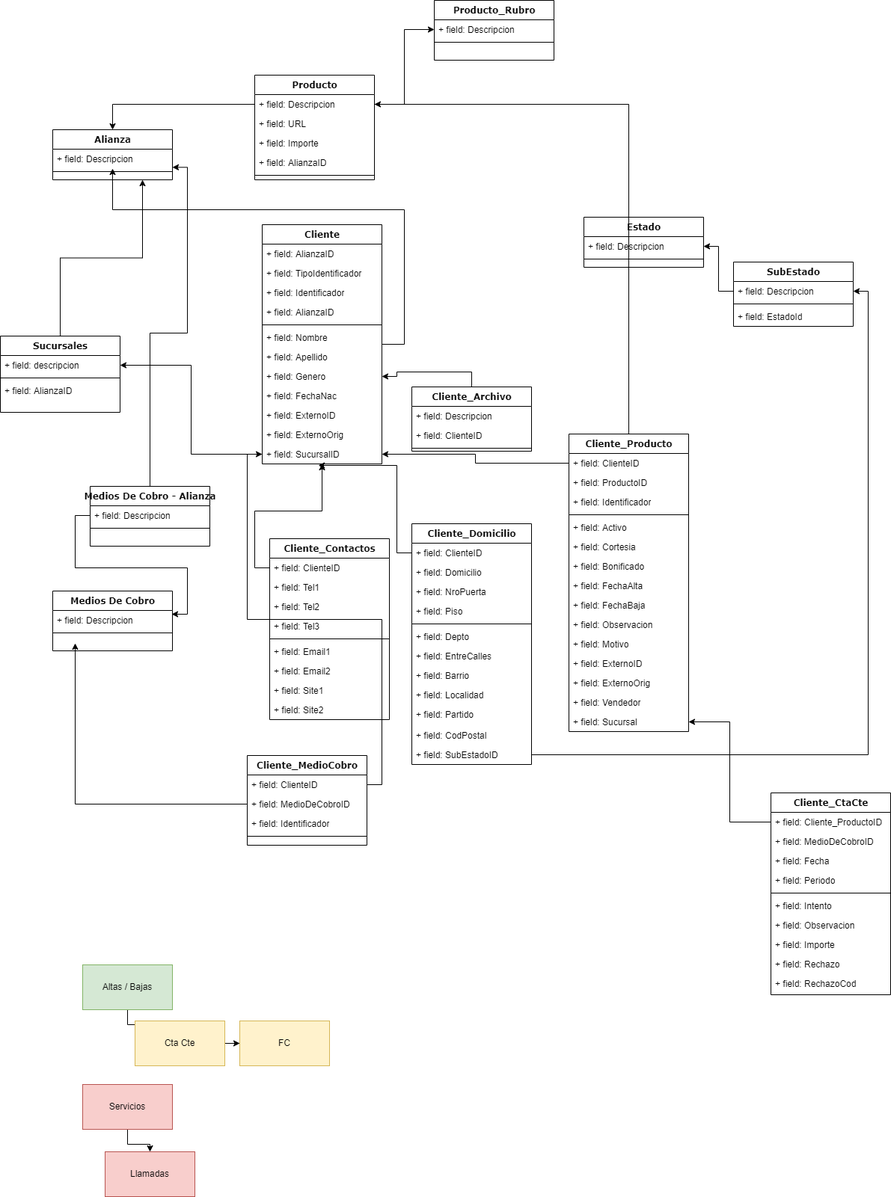
Before: gag/Untitled Diagram.drawio.png, a diagram exported from draw.io (globalassistgroup/.github). Source tidied: cells renumbered, new cells last; positions are measured from the earlier drawing's top-left corner, leaving out a move shared by most shapes.
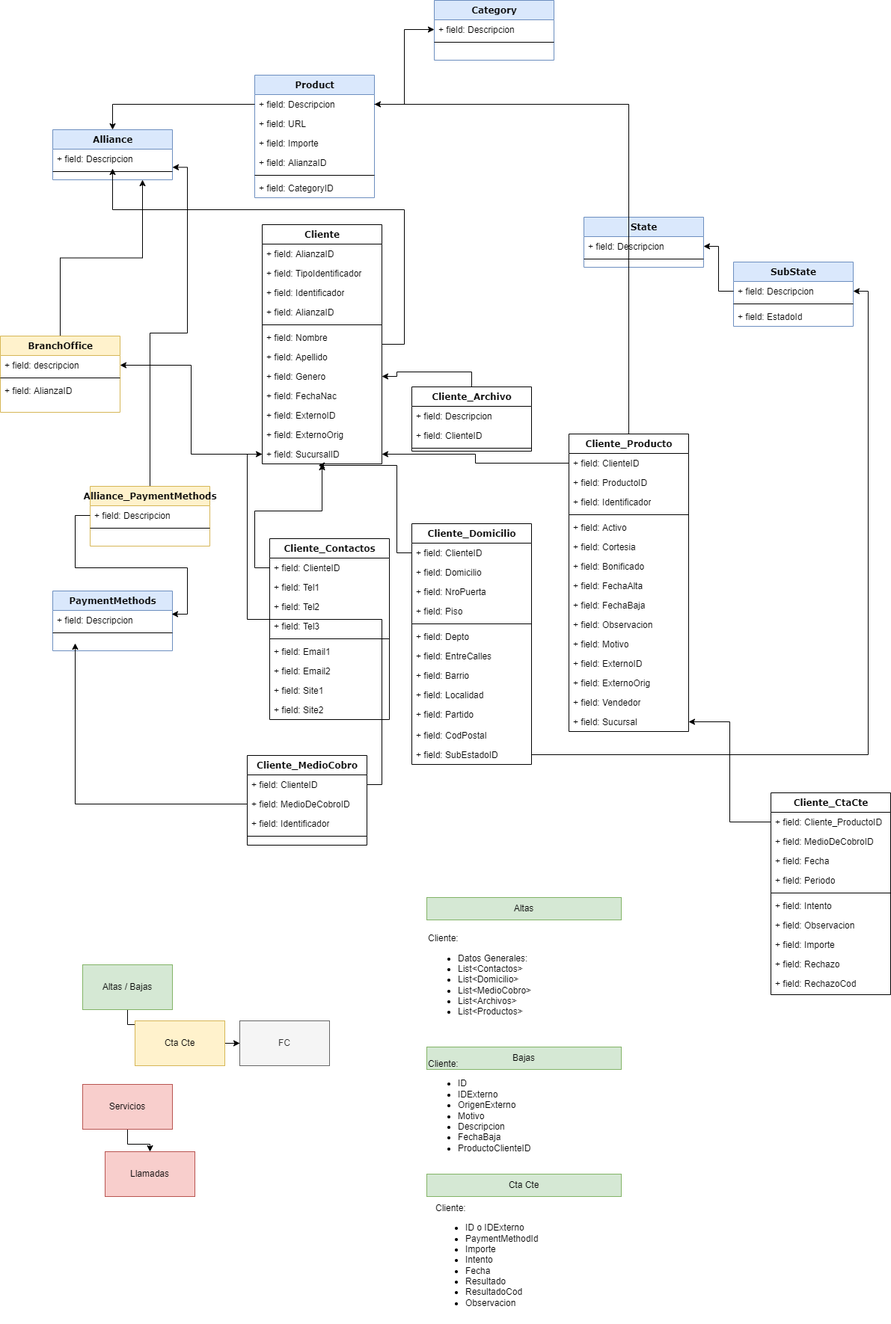
The same file after the commit.

Change to the diagram source:
```diff
@@ -2,7 +2,7 @@
   <root>
     <mxCell id="0" />
     <mxCell id="1" parent="0" />
-    <mxCell id="2" value="Alianza" style="swimlane;html=1;fontStyle=1;align=center;verticalAlign=top;horizontal=1;startSize=26;swimlaneFillColor=#ffffff;rounded=0;shadow=0;comic=0;labelBackgroundColor=none;strokeWidth=1;fillColor=none;fontFamily=Verdana;fontSize=12;" parent="1" vertex="1">
+    <mxCell id="2" value="Alliance" style="swimlane;html=1;fontStyle=1;align=center;verticalAlign=top;horizontal=1;startSize=26;swimlaneFillColor=#ffffff;rounded=0;shadow=0;comic=0;labelBackgroundColor=none;strokeWidth=1;fillColor=#dae8fc;fontFamily=Verdana;fontSize=12;strokeColor=#6c8ebf;" parent="1" vertex="1">
       <mxGeometry x="70" y="173" width="160" height="67" as="geometry" />
     </mxCell>
     <mxCell id="3" value="+ field: Descripcion" style="text;html=1;strokeColor=none;fillColor=none;align=left;verticalAlign=top;spacingLeft=4;spacingRight=4;whiteSpace=wrap;overflow=hidden;points=[[0,0.5],[1,0.5]];portConstraint=eastwest;" parent="2" vertex="1">
@@ -11,7 +11,7 @@
     <mxCell id="4" style="line;html=1;strokeWidth=1;fillColor=none;align=left;verticalAlign=middle;spacingTop=-1;spacingLeft=3;spacingRight=3;labelPosition=right;" parent="2" vertex="1">
       <mxGeometry y="52" width="160" height="8" as="geometry" />
     </mxCell>
-    <mxCell id="5" value="Producto_Rubro" style="swimlane;html=1;fontStyle=1;align=center;verticalAlign=top;horizontal=1;startSize=26;swimlaneFillColor=#ffffff;rounded=0;shadow=0;comic=0;labelBackgroundColor=none;strokeWidth=1;fillColor=none;fontFamily=Verdana;fontSize=12;" parent="1" vertex="1">
+    <mxCell id="5" value="Category" style="swimlane;html=1;fontStyle=1;align=center;verticalAlign=top;horizontal=1;startSize=26;swimlaneFillColor=#ffffff;rounded=0;shadow=0;comic=0;labelBackgroundColor=none;strokeWidth=1;fillColor=#dae8fc;fontFamily=Verdana;fontSize=12;strokeColor=#6c8ebf;" parent="1" vertex="1">
       <mxGeometry x="580" width="160" height="80" as="geometry" />
     </mxCell>
     <mxCell id="6" value="+ field: Descripcion" style="text;html=1;strokeColor=none;fillColor=none;align=left;verticalAlign=top;spacingLeft=4;spacingRight=4;whiteSpace=wrap;overflow=hidden;points=[[0,0.5],[1,0.5]];portConstraint=eastwest;" parent="5" vertex="1">
@@ -20,8 +20,8 @@
     <mxCell id="7" style="line;html=1;strokeWidth=1;fillColor=none;align=left;verticalAlign=middle;spacingTop=-1;spacingLeft=3;spacingRight=3;labelPosition=right;" parent="5" vertex="1">
       <mxGeometry y="52" width="160" height="8" as="geometry" />
     </mxCell>
-    <mxCell id="8" value="Producto" style="swimlane;html=1;fontStyle=1;align=center;verticalAlign=top;horizontal=1;startSize=26;swimlaneFillColor=#ffffff;rounded=0;shadow=0;comic=0;labelBackgroundColor=none;strokeWidth=1;fillColor=none;fontFamily=Verdana;fontSize=12;" parent="1" vertex="1">
-      <mxGeometry x="340" y="100" width="160" height="140" as="geometry" />
+    <mxCell id="8" value="Product" style="swimlane;html=1;fontStyle=1;align=center;verticalAlign=top;horizontal=1;startSize=26;swimlaneFillColor=#ffffff;rounded=0;shadow=0;comic=0;labelBackgroundColor=none;strokeWidth=1;fillColor=#dae8fc;fontFamily=Verdana;fontSize=12;strokeColor=#6c8ebf;" parent="1" vertex="1">
+      <mxGeometry x="340" y="100" width="160" height="164" as="geometry" />
     </mxCell>
     <mxCell id="9" value="+ field: Descripcion" style="text;html=1;strokeColor=none;fillColor=none;align=left;verticalAlign=top;spacingLeft=4;spacingRight=4;whiteSpace=wrap;overflow=hidden;points=[[0,0.5],[1,0.5]];portConstraint=eastwest;" parent="8" vertex="1">
       <mxGeometry y="26" width="160" height="26" as="geometry" />
@@ -38,10 +38,13 @@
     <mxCell id="13" style="line;html=1;strokeWidth=1;fillColor=none;align=left;verticalAlign=middle;spacingTop=-1;spacingLeft=3;spacingRight=3;labelPosition=right;" parent="8" vertex="1">
       <mxGeometry y="130" width="160" height="8" as="geometry" />
     </mxCell>
+    <mxCell id="128" value="+ field: CategoryID" style="text;html=1;strokeColor=none;fillColor=none;align=left;verticalAlign=top;spacingLeft=4;spacingRight=4;whiteSpace=wrap;overflow=hidden;" parent="8" vertex="1">
+      <mxGeometry y="138" width="160" height="26" as="geometry" />
+    </mxCell>
     <mxCell id="14" style="edgeStyle=orthogonalEdgeStyle;rounded=0;jettySize=auto;html=1;entryX=0.75;entryY=1;entryDx=0;entryDy=0;" parent="1" edge="1" source="15" target="2">
       <mxGeometry relative="1" as="geometry" />
     </mxCell>
-    <mxCell id="15" value="Sucursales" style="swimlane;html=1;fontStyle=1;align=center;verticalAlign=top;horizontal=1;startSize=26;swimlaneFillColor=#ffffff;rounded=0;shadow=0;comic=0;labelBackgroundColor=none;strokeWidth=1;fillColor=none;fontFamily=Verdana;fontSize=12;" parent="1" vertex="1">
+    <mxCell id="15" value="BranchOffice" style="swimlane;html=1;fontStyle=1;align=center;verticalAlign=top;horizontal=1;startSize=26;swimlaneFillColor=#ffffff;rounded=0;shadow=0;comic=0;labelBackgroundColor=none;strokeWidth=1;fillColor=#fff2cc;fontFamily=Verdana;fontSize=12;strokeColor=#d6b656;" parent="1" vertex="1">
       <mxGeometry y="449" width="160" height="102" as="geometry" />
     </mxCell>
     <mxCell id="16" value="+ field: descripcion" style="text;html=1;strokeColor=none;fillColor=none;align=left;verticalAlign=top;spacingLeft=4;spacingRight=4;whiteSpace=wrap;overflow=hidden;points=[[0,0.5],[1,0.5]];portConstraint=eastwest;" parent="15" vertex="1">
@@ -59,7 +62,7 @@
     <mxCell id="20" style="edgeStyle=orthogonalEdgeStyle;rounded=0;jettySize=auto;html=1;" parent="1" edge="1" source="9" target="2">
       <mxGeometry relative="1" as="geometry" />
     </mxCell>
-    <mxCell id="21" value="Medios De Cobro" style="swimlane;html=1;fontStyle=1;align=center;verticalAlign=top;horizontal=1;startSize=26;swimlaneFillColor=#ffffff;rounded=0;shadow=0;comic=0;labelBackgroundColor=none;strokeWidth=1;fillColor=none;fontFamily=Verdana;fontSize=12;" parent="1" vertex="1">
+    <mxCell id="21" value="PaymentMethods" style="swimlane;html=1;fontStyle=1;align=center;verticalAlign=top;horizontal=1;startSize=26;swimlaneFillColor=#ffffff;rounded=0;shadow=0;comic=0;labelBackgroundColor=none;strokeWidth=1;fillColor=#dae8fc;fontFamily=Verdana;fontSize=12;strokeColor=#6c8ebf;" parent="1" vertex="1">
       <mxGeometry x="70" y="790" width="160" height="80" as="geometry" />
     </mxCell>
     <mxCell id="22" value="+ field: Descripcion" style="text;html=1;strokeColor=none;fillColor=none;align=left;verticalAlign=top;spacingLeft=4;spacingRight=4;whiteSpace=wrap;overflow=hidden;points=[[0,0.5],[1,0.5]];portConstraint=eastwest;" parent="21" vertex="1">
@@ -71,7 +74,7 @@
     <mxCell id="24" style="edgeStyle=orthogonalEdgeStyle;rounded=0;jettySize=auto;html=1;entryX=1;entryY=0.75;entryDx=0;entryDy=0;" parent="1" edge="1" source="25" target="2">
       <mxGeometry relative="1" as="geometry" />
     </mxCell>
-    <mxCell id="25" value="Medios De Cobro - Alianza&lt;br&gt;" style="swimlane;html=1;fontStyle=1;align=center;verticalAlign=top;horizontal=1;startSize=26;swimlaneFillColor=#ffffff;rounded=0;shadow=0;comic=0;labelBackgroundColor=none;strokeWidth=1;fillColor=none;fontFamily=Verdana;fontSize=12;" parent="1" vertex="1">
+    <mxCell id="25" value="Alliance_PaymentMethods" style="swimlane;html=1;fontStyle=1;align=center;verticalAlign=top;horizontal=1;startSize=26;swimlaneFillColor=#ffffff;rounded=0;shadow=0;comic=0;labelBackgroundColor=none;strokeWidth=1;fillColor=#fff2cc;fontFamily=Verdana;fontSize=12;strokeColor=#d6b656;" parent="1" vertex="1">
       <mxGeometry x="120" y="650" width="160" height="80" as="geometry" />
     </mxCell>
     <mxCell id="26" value="+ field: Descripcion" style="text;html=1;strokeColor=none;fillColor=none;align=left;verticalAlign=top;spacingLeft=4;spacingRight=4;whiteSpace=wrap;overflow=hidden;points=[[0,0.5],[1,0.5]];portConstraint=eastwest;" parent="25" vertex="1">
@@ -83,7 +86,7 @@
     <mxCell id="28" style="edgeStyle=orthogonalEdgeStyle;rounded=0;jettySize=auto;html=1;exitX=0;exitY=0.5;exitDx=0;exitDy=0;entryX=0.994;entryY=0.192;entryDx=0;entryDy=0;entryPerimeter=0;" parent="1" edge="1" source="26" target="22">
       <mxGeometry relative="1" as="geometry" />
     </mxCell>
-    <mxCell id="29" value="Estado" style="swimlane;html=1;fontStyle=1;align=center;verticalAlign=top;horizontal=1;startSize=26;swimlaneFillColor=#ffffff;rounded=0;shadow=0;comic=0;labelBackgroundColor=none;strokeWidth=1;fillColor=none;fontFamily=Verdana;fontSize=12;" parent="1" vertex="1">
+    <mxCell id="29" value="State" style="swimlane;html=1;fontStyle=1;align=center;verticalAlign=top;horizontal=1;startSize=26;swimlaneFillColor=#ffffff;rounded=0;shadow=0;comic=0;labelBackgroundColor=none;strokeWidth=1;fillColor=#dae8fc;fontFamily=Verdana;fontSize=12;strokeColor=#6c8ebf;" parent="1" vertex="1">
       <mxGeometry x="780" y="290" width="160" height="67" as="geometry" />
     </mxCell>
     <mxCell id="30" value="+ field: Descripcion" style="text;html=1;strokeColor=none;fillColor=none;align=left;verticalAlign=top;spacingLeft=4;spacingRight=4;whiteSpace=wrap;overflow=hidden;points=[[0,0.5],[1,0.5]];portConstraint=eastwest;" parent="29" vertex="1">
@@ -92,7 +95,7 @@
     <mxCell id="31" style="line;html=1;strokeWidth=1;fillColor=none;align=left;verticalAlign=middle;spacingTop=-1;spacingLeft=3;spacingRight=3;labelPosition=right;" parent="29" vertex="1">
       <mxGeometry y="52" width="160" height="8" as="geometry" />
     </mxCell>
-    <mxCell id="32" value="SubEstado" style="swimlane;html=1;fontStyle=1;align=center;verticalAlign=top;horizontal=1;startSize=26;swimlaneFillColor=#ffffff;rounded=0;shadow=0;comic=0;labelBackgroundColor=none;strokeWidth=1;fillColor=none;fontFamily=Verdana;fontSize=12;" parent="1" vertex="1">
+    <mxCell id="32" value="SubState" style="swimlane;html=1;fontStyle=1;align=center;verticalAlign=top;horizontal=1;startSize=26;swimlaneFillColor=#ffffff;rounded=0;shadow=0;comic=0;labelBackgroundColor=none;strokeWidth=1;fillColor=#dae8fc;fontFamily=Verdana;fontSize=12;strokeColor=#6c8ebf;" parent="1" vertex="1">
       <mxGeometry x="980" y="350" width="160" height="86" as="geometry" />
     </mxCell>
     <mxCell id="33" value="+ field: Descripcion" style="text;html=1;strokeColor=none;fillColor=none;align=left;verticalAlign=top;spacingLeft=4;spacingRight=4;whiteSpace=wrap;overflow=hidden;points=[[0,0.5],[1,0.5]];portConstraint=eastwest;" parent="32" vertex="1">
@@ -384,8 +387,26 @@
     <mxCell id="126" value="Llamadas" style="rounded=0;whiteSpace=wrap;html=1;fillColor=#f8cecc;strokeColor=#b85450;" parent="1" vertex="1">
       <mxGeometry x="140" y="1540" width="120" height="60" as="geometry" />
     </mxCell>
-    <mxCell id="127" value="FC" style="rounded=0;whiteSpace=wrap;html=1;fillColor=#fff2cc;strokeColor=#d6b656;" parent="1" vertex="1">
+    <mxCell id="127" value="FC" style="rounded=0;whiteSpace=wrap;html=1;fillColor=#f5f5f5;strokeColor=#666666;fontColor=#333333;" parent="1" vertex="1">
       <mxGeometry x="320" y="1365" width="120" height="60" as="geometry" />
     </mxCell>
+    <mxCell id="129" value="Altas" style="rounded=0;whiteSpace=wrap;html=1;fillColor=#d5e8d4;strokeColor=#82b366;" parent="1" vertex="1">
+      <mxGeometry x="570" y="1200" width="260" height="30" as="geometry" />
+    </mxCell>
+    <mxCell id="130" value="Bajas" style="rounded=0;whiteSpace=wrap;html=1;fillColor=#d5e8d4;strokeColor=#82b366;" parent="1" vertex="1">
+      <mxGeometry x="570" y="1400" width="260" height="30" as="geometry" />
+    </mxCell>
+    <mxCell id="131" value="Cta Cte" style="rounded=0;whiteSpace=wrap;html=1;fillColor=#d5e8d4;strokeColor=#82b366;" parent="1" vertex="1">
+      <mxGeometry x="570" y="1570" width="260" height="30" as="geometry" />
+    </mxCell>
+    <mxCell id="132" value="&lt;span style=&quot;background-color: initial;&quot;&gt;Cliente:&amp;nbsp;&lt;/span&gt;&lt;br&gt;&lt;ul&gt;&lt;li&gt;Datos Generales:&lt;/li&gt;&lt;li&gt;List&amp;lt;Contactos&amp;gt;&lt;/li&gt;&lt;li&gt;List&amp;lt;Domicilio&amp;gt;&lt;/li&gt;&lt;li&gt;List&amp;lt;MedioCobro&amp;gt;&lt;/li&gt;&lt;li&gt;List&amp;lt;Archivos&amp;gt;&lt;/li&gt;&lt;li&gt;List&amp;lt;Productos&amp;gt;&lt;/li&gt;&lt;/ul&gt;" style="text;html=1;align=left;verticalAlign=middle;fillColor=none;strokeColor=none;rounded=0;" parent="1" vertex="1">
+      <mxGeometry x="570" y="1240" width="160" height="140" as="geometry" />
+    </mxCell>
+    <mxCell id="133" value="&lt;span style=&quot;background-color: initial;&quot;&gt;Cliente:&amp;nbsp;&lt;/span&gt;&lt;br&gt;&lt;ul&gt;&lt;li&gt;&lt;span style=&quot;background-color: initial;&quot;&gt;ID&lt;/span&gt;&lt;/li&gt;&lt;li&gt;&lt;span style=&quot;background-color: initial;&quot;&gt;IDExterno&lt;/span&gt;&lt;/li&gt;&lt;li&gt;OrigenExterno&lt;/li&gt;&lt;li&gt;Motivo&lt;/li&gt;&lt;li&gt;&lt;span style=&quot;background-color: initial;&quot;&gt;Descripcion&lt;/span&gt;&lt;/li&gt;&lt;li&gt;&lt;span style=&quot;background-color: initial;&quot;&gt;FechaBaja&lt;/span&gt;&lt;/li&gt;&lt;li&gt;&lt;span style=&quot;background-color: initial;&quot;&gt;ProductoClienteID&lt;/span&gt;&lt;/li&gt;&lt;/ul&gt;" style="text;html=1;align=left;verticalAlign=middle;fillColor=none;strokeColor=none;rounded=0;" parent="1" vertex="1">
+      <mxGeometry x="570" y="1410" width="160" height="150" as="geometry" />
+    </mxCell>
+    <mxCell id="134" value="&lt;span style=&quot;background-color: initial;&quot;&gt;Cliente:&amp;nbsp;&lt;/span&gt;&lt;br&gt;&lt;ul&gt;&lt;li&gt;&lt;span style=&quot;background-color: initial;&quot;&gt;ID o IDExterno&lt;/span&gt;&lt;br&gt;&lt;/li&gt;&lt;li&gt;PaymentMethodId&lt;/li&gt;&lt;li&gt;Importe&lt;/li&gt;&lt;li&gt;Intento&lt;/li&gt;&lt;li&gt;Fecha&lt;/li&gt;&lt;li&gt;Resultado&lt;/li&gt;&lt;li&gt;ResultadoCod&lt;/li&gt;&lt;li&gt;Observacion&lt;/li&gt;&lt;/ul&gt;" style="text;html=1;align=left;verticalAlign=middle;fillColor=none;strokeColor=none;rounded=0;" parent="1" vertex="1">
+      <mxGeometry x="580" y="1600" width="160" height="170" as="geometry" />
+    </mxCell>
   </root>
 </mxGraphModel>
```
